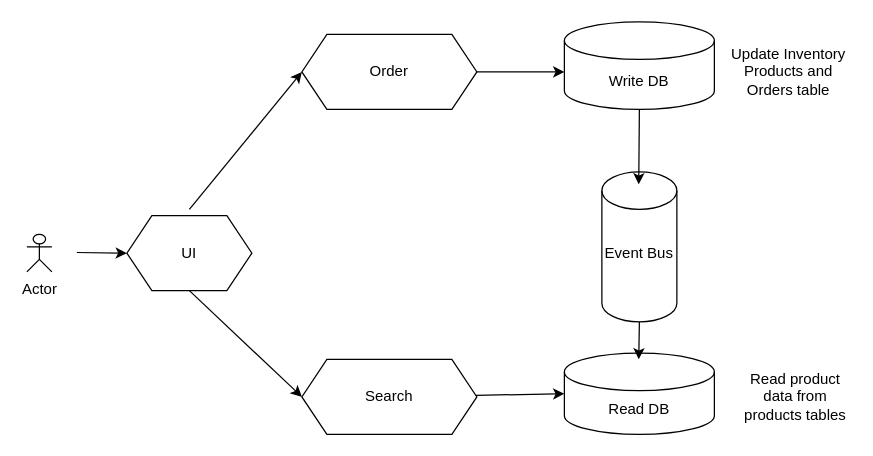
This is CQRS.drawio from Mangesh1206/ArchitectureDiagram, a draw.io file, before an edit. Source tidied: cells renumbered, new cells numbered last; positions are measured from the earlier drawing's top-left corner, leaving out a move shared by most shapes. Both pictures are drawn from the tidied source at 125%, with x=0, y=0 at pixel (26, 21).
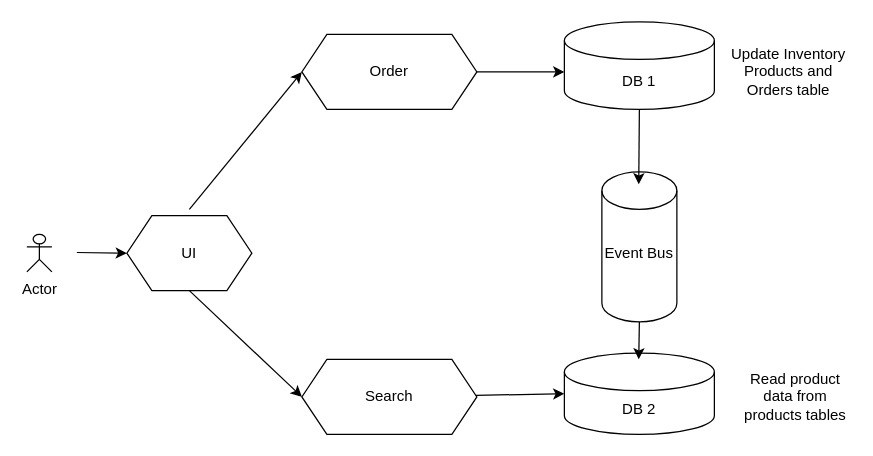
The same diagram, later.

Change to the diagram source:
```diff
@@
-    <mxCell id="11" value="Write DB" style="shape=cylinder3;whiteSpace=wrap;html=1;boundedLbl=1;backgroundOutline=1;size=15;" parent="1" vertex="1">
+    <mxCell id="11" value="DB 1" style="shape=cylinder3;whiteSpace=wrap;html=1;boundedLbl=1;backgroundOutline=1;size=15;" parent="1" vertex="1">
       <mxGeometry x="430" width="120" height="70" as="geometry" />
     </mxCell>
@@
-    <mxCell id="14" value="Read DB" style="shape=cylinder3;whiteSpace=wrap;html=1;boundedLbl=1;backgroundOutline=1;size=15;" parent="1" vertex="1">
+    <mxCell id="14" value="DB 2" style="shape=cylinder3;whiteSpace=wrap;html=1;boundedLbl=1;backgroundOutline=1;size=15;" parent="1" vertex="1">
       <mxGeometry x="430" y="265" width="120" height="65" as="geometry" />
     </mxCell>
```
